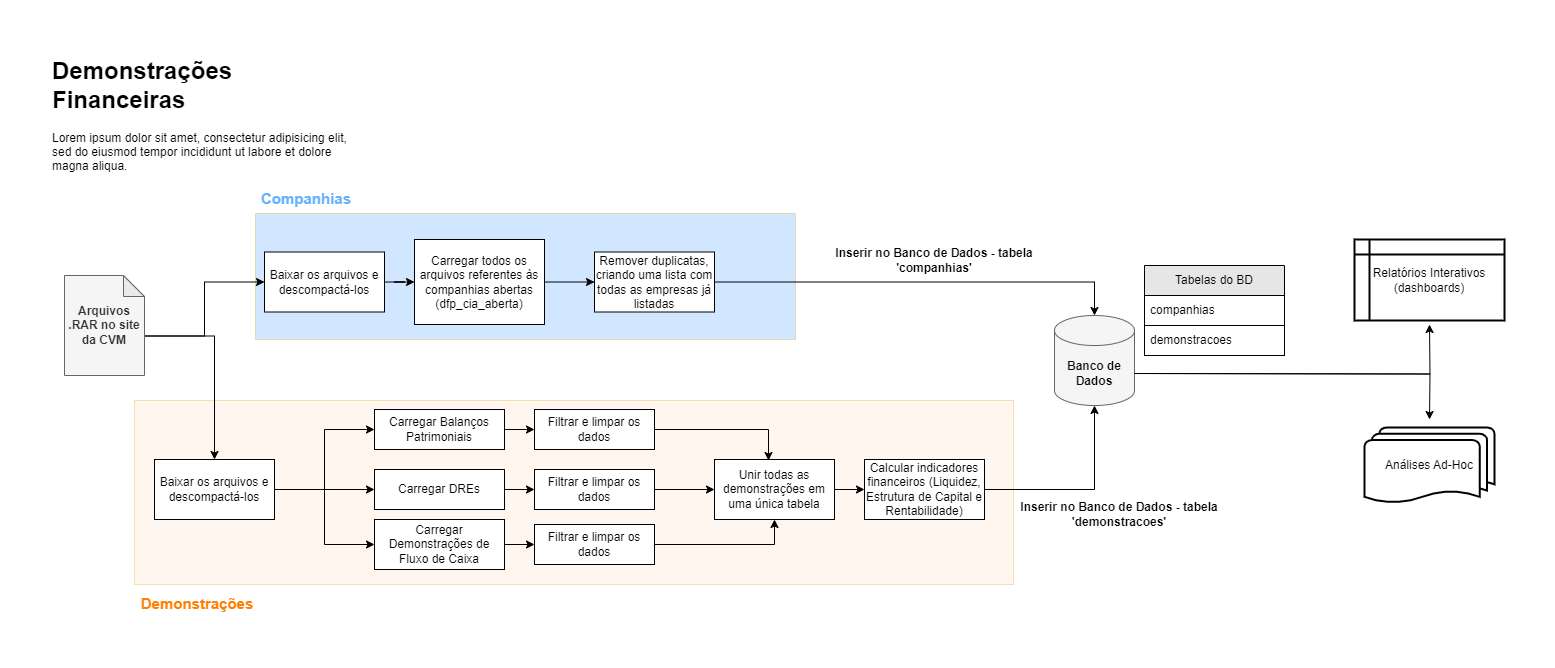
Before: references/diagrama_cvm-dfps.drawio.png, a diagram exported from draw.io (viniciusbelchior0/cvm_DFP). Source tidied: cells renumbered, new cells last; positions are measured from the earlier drawing's top-left corner, leaving out a move shared by most shapes.
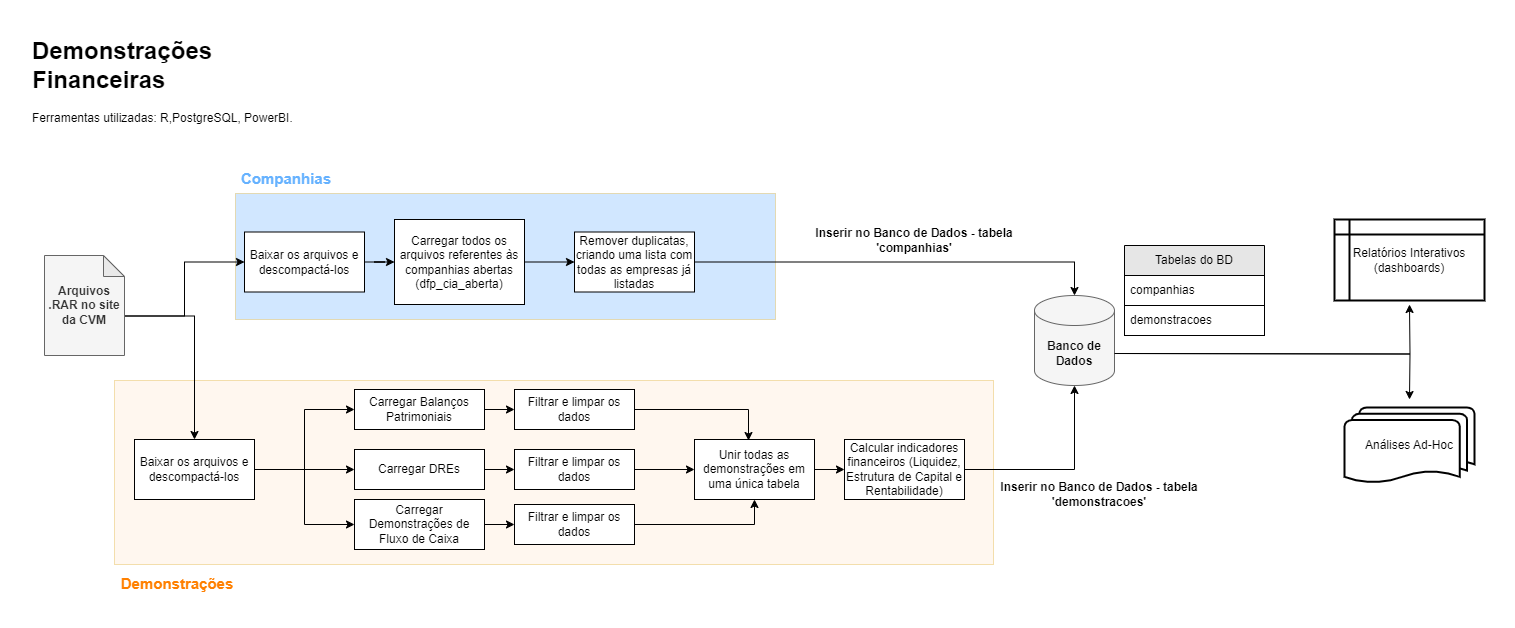
The same file after the commit.

What changed in the source:
```diff
@@ -147,7 +147,7 @@
     <mxCell id="45" value="&lt;b&gt;&lt;font color=&quot;#ff8000&quot; style=&quot;font-size: 15px;&quot;&gt;Demonstrações&lt;/font&gt;&lt;/b&gt;" style="text;html=1;align=center;verticalAlign=middle;whiteSpace=wrap;rounded=0;" parent="1" vertex="1">
       <mxGeometry x="117" y="538" width="60" height="30" as="geometry" />
     </mxCell>
-    <mxCell id="46" value="&lt;h1 style=&quot;margin-top: 0px;&quot;&gt;Demonstrações Financeiras&lt;/h1&gt;&lt;p&gt;Lorem ipsum dolor sit amet, consectetur adipisicing elit, sed do eiusmod tempor incididunt ut labore et dolore magna aliqua.&lt;/p&gt;" style="text;html=1;whiteSpace=wrap;overflow=hidden;rounded=0;" parent="1" vertex="1">
+    <mxCell id="46" value="&lt;h1 style=&quot;margin-top: 0px;&quot;&gt;Demonstrações Financeiras&lt;/h1&gt;&lt;p&gt;Ferramentas utilizadas: R,PostgreSQL, PowerBI.&lt;/p&gt;" style="text;html=1;whiteSpace=wrap;overflow=hidden;rounded=0;" parent="1" vertex="1">
       <mxGeometry width="301" height="120" as="geometry" />
     </mxCell>
   </root>
```
